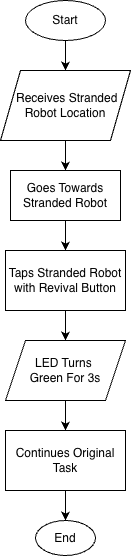
Above: Flowcharts/Revival.drawio.png in YanPei420/Team-14-Robot-Challenge (draw.io), before the change. Source tidied: cells renumbered, new cells last; positions are measured from the earlier drawing's top-left corner, leaving out a move shared by most shapes.
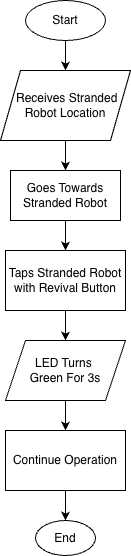
The same file after the commit.

Diff of the diagram source:
```diff
@@ -35,7 +35,7 @@
     <mxCell id="12" style="edgeStyle=orthogonalEdgeStyle;rounded=0;jettySize=auto;html=1;entryX=0.5;entryY=0;entryDx=0;entryDy=0;" parent="1" edge="1" source="13" target="14">
       <mxGeometry relative="1" as="geometry" />
     </mxCell>
-    <mxCell id="13" value="Continues Original Task" style="rounded=0;whiteSpace=wrap;html=1;" parent="1" vertex="1">
+    <mxCell id="13" value="Continue Operation" style="rounded=0;whiteSpace=wrap;html=1;" parent="1" vertex="1">
       <mxGeometry x="5" y="430" width="120" height="60" as="geometry" />
     </mxCell>
     <mxCell id="14" value="End" style="ellipse;whiteSpace=wrap;html=1;" parent="1" vertex="1">
```
